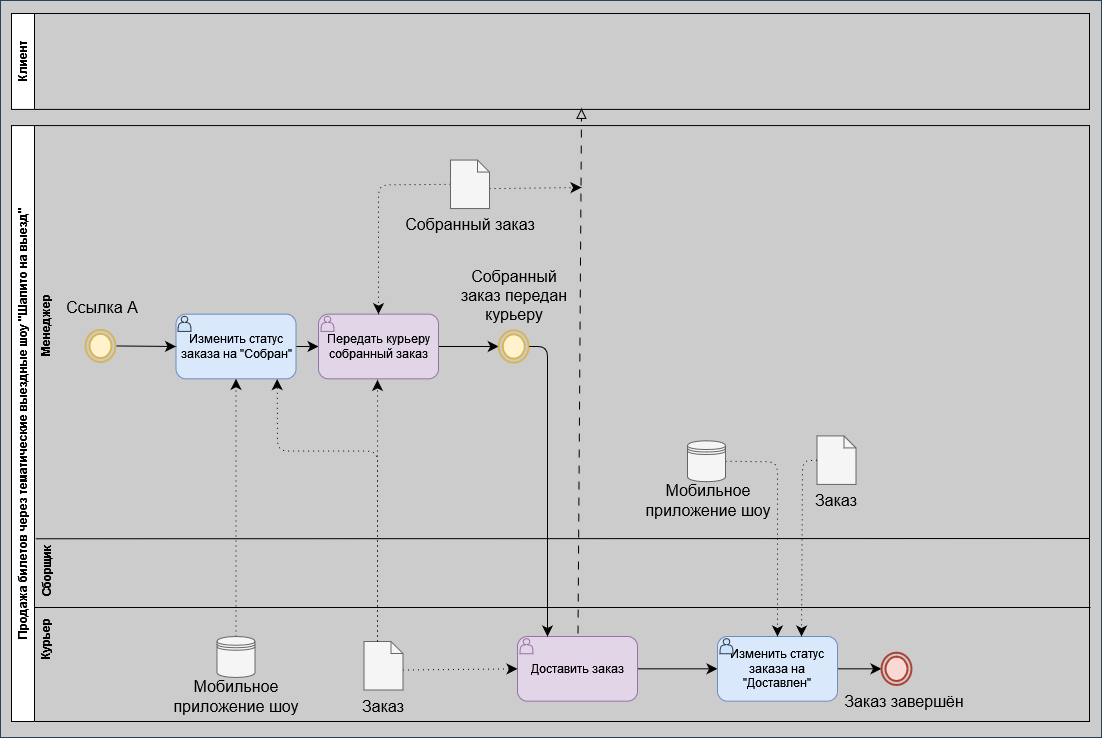
Above: Pbd1-Page-2.drawio.png in Helpmepleaseitishard/database-design-4-semester (draw.io), before the change. Source tidied: cells renumbered, new cells last; positions are measured from the earlier drawing's top-left corner, leaving out a move shared by most shapes.
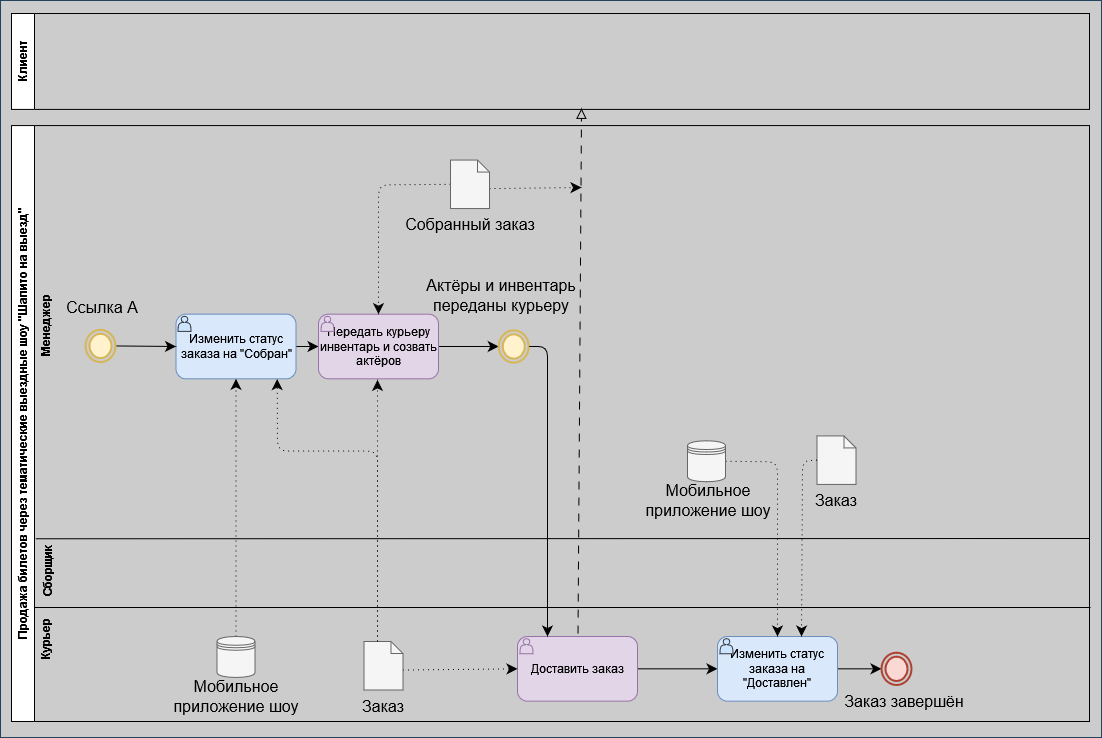
The same diagram one commit later.

Change to the diagram source:
```diff
@@ -32,7 +32,7 @@
     <mxCell id="10" style="edgeStyle=none;curved=1;rounded=0;jettySize=auto;html=1;exitX=1;exitY=0.5;exitDx=0;exitDy=0;entryX=0;entryY=0.5;entryDx=0;entryDy=0;fontSize=12;startSize=8;endSize=8;" parent="6" edge="1" source="11" target="44">
       <mxGeometry relative="1" as="geometry" />
     </mxCell>
-    <mxCell id="11" value="Передать курьеру собранный заказ" style="rounded=1;whiteSpace=wrap;html=1;fillColor=#e1d5e7;strokeColor=#9673a6;" parent="6" vertex="1">
+    <mxCell id="11" value="Передать курьеру инвентарь и созвать актёров" style="rounded=1;whiteSpace=wrap;html=1;fillColor=#e1d5e7;strokeColor=#9673a6;" parent="6" vertex="1">
       <mxGeometry x="307" y="188.6" width="120" height="64.7" as="geometry" />
     </mxCell>
     <mxCell id="12" style="shape=actor;whiteSpace=wrap;html=1;fillColor=#cce5ff;strokeColor=#36393d;" parent="6" vertex="1">
@@ -156,8 +156,8 @@
     <mxCell id="44" style="ellipse;html=1;shape=endState;fillColor=#fff2cc;strokeColor=#d6b656;strokeWidth=2;perimeterSpacing=0;labelBorderColor=none;labelBackgroundColor=none;fillStyle=auto;" parent="6" vertex="1">
       <mxGeometry x="487.2" y="204.7" width="30" height="32.3" as="geometry" />
     </mxCell>
-    <mxCell id="45" value="Собранный заказ передан курьеру" style="text;strokeColor=none;fillColor=none;html=1;align=center;verticalAlign=middle;whiteSpace=wrap;rounded=0;fontSize=16;" parent="6" vertex="1">
-      <mxGeometry x="445.5" y="154.1" width="113.5" height="32.3" as="geometry" />
+    <mxCell id="45" value="Актёры и инвентарь переданы курьеру" style="text;strokeColor=none;fillColor=none;html=1;align=center;verticalAlign=middle;whiteSpace=wrap;rounded=0;fontSize=16;" parent="6" vertex="1">
+      <mxGeometry x="412" y="154.1" width="156" height="32.3" as="geometry" />
     </mxCell>
     <mxCell id="46" style="edgeStyle=none;curved=0;rounded=1;jettySize=auto;html=1;exitX=0;exitY=0;exitDx=13.5;exitDy=0;exitPerimeter=0;entryX=0.843;entryY=1.004;entryDx=0;entryDy=0;entryPerimeter=0;fontSize=12;startSize=8;endSize=8;dashed=1;dashPattern=1 4;" parent="6" edge="1" source="25" target="9">
       <mxGeometry relative="1" as="geometry">
```
